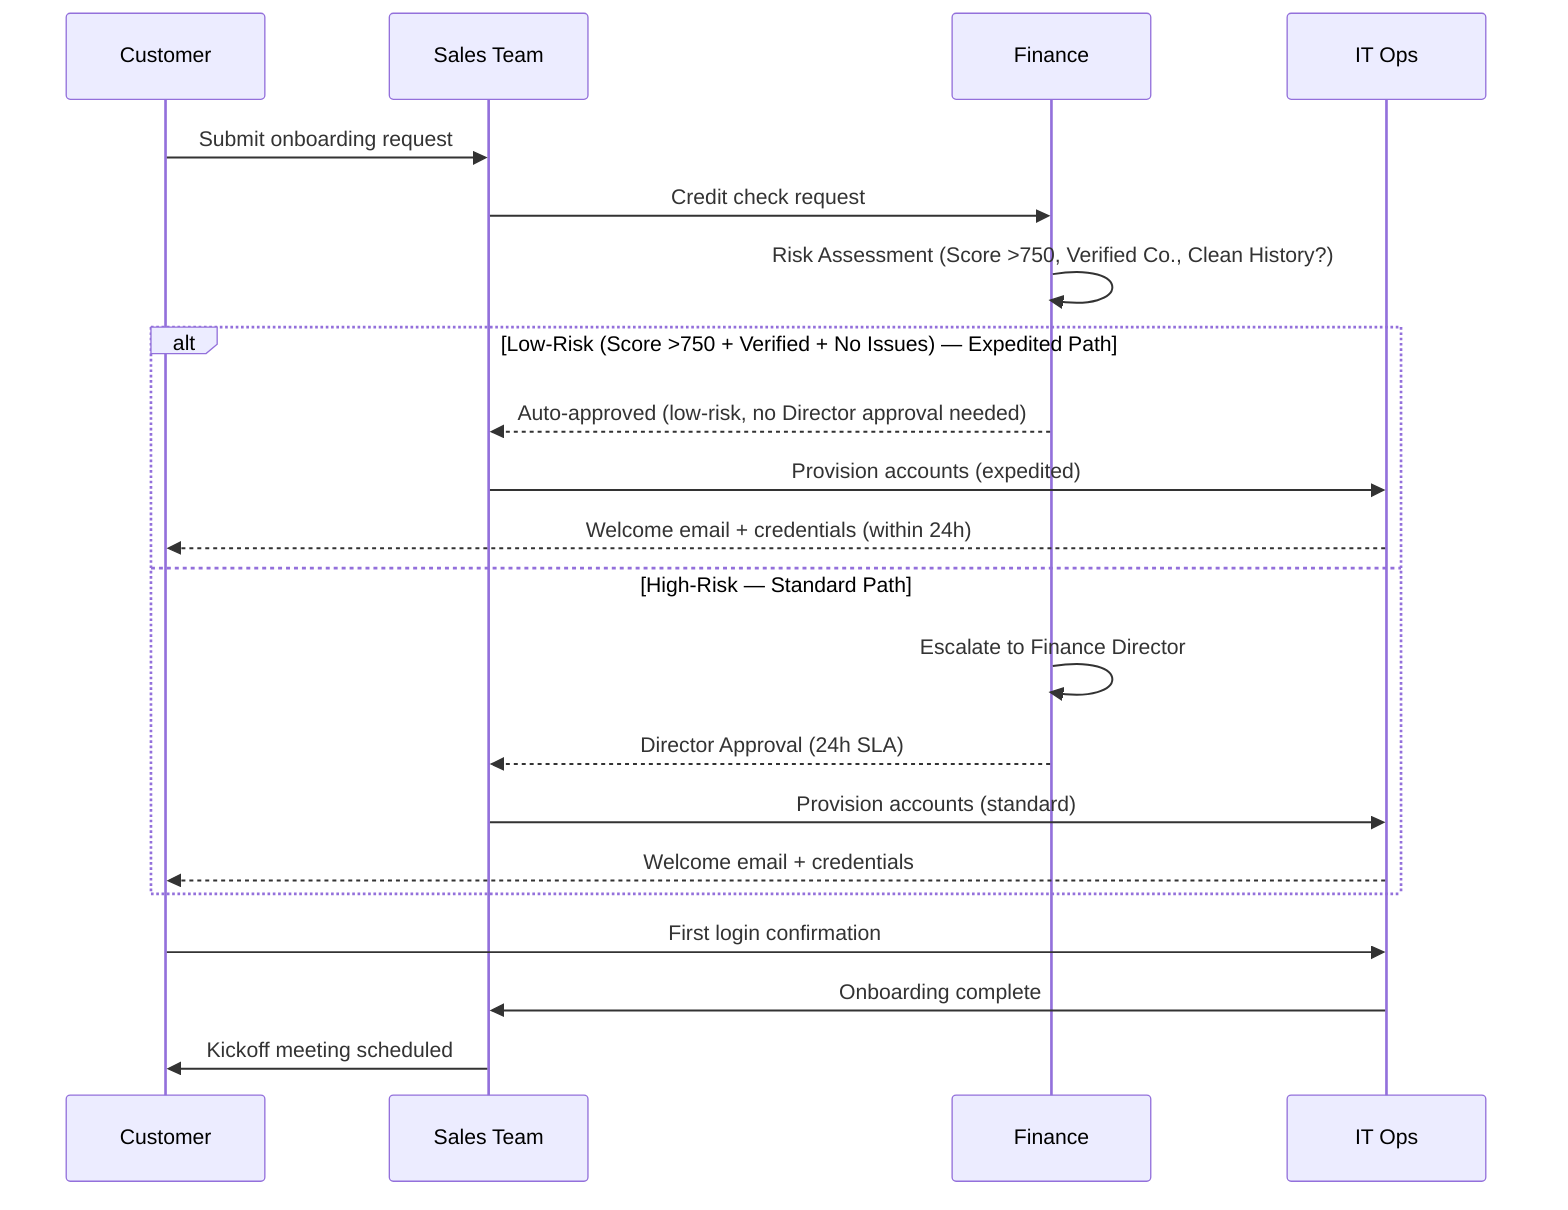
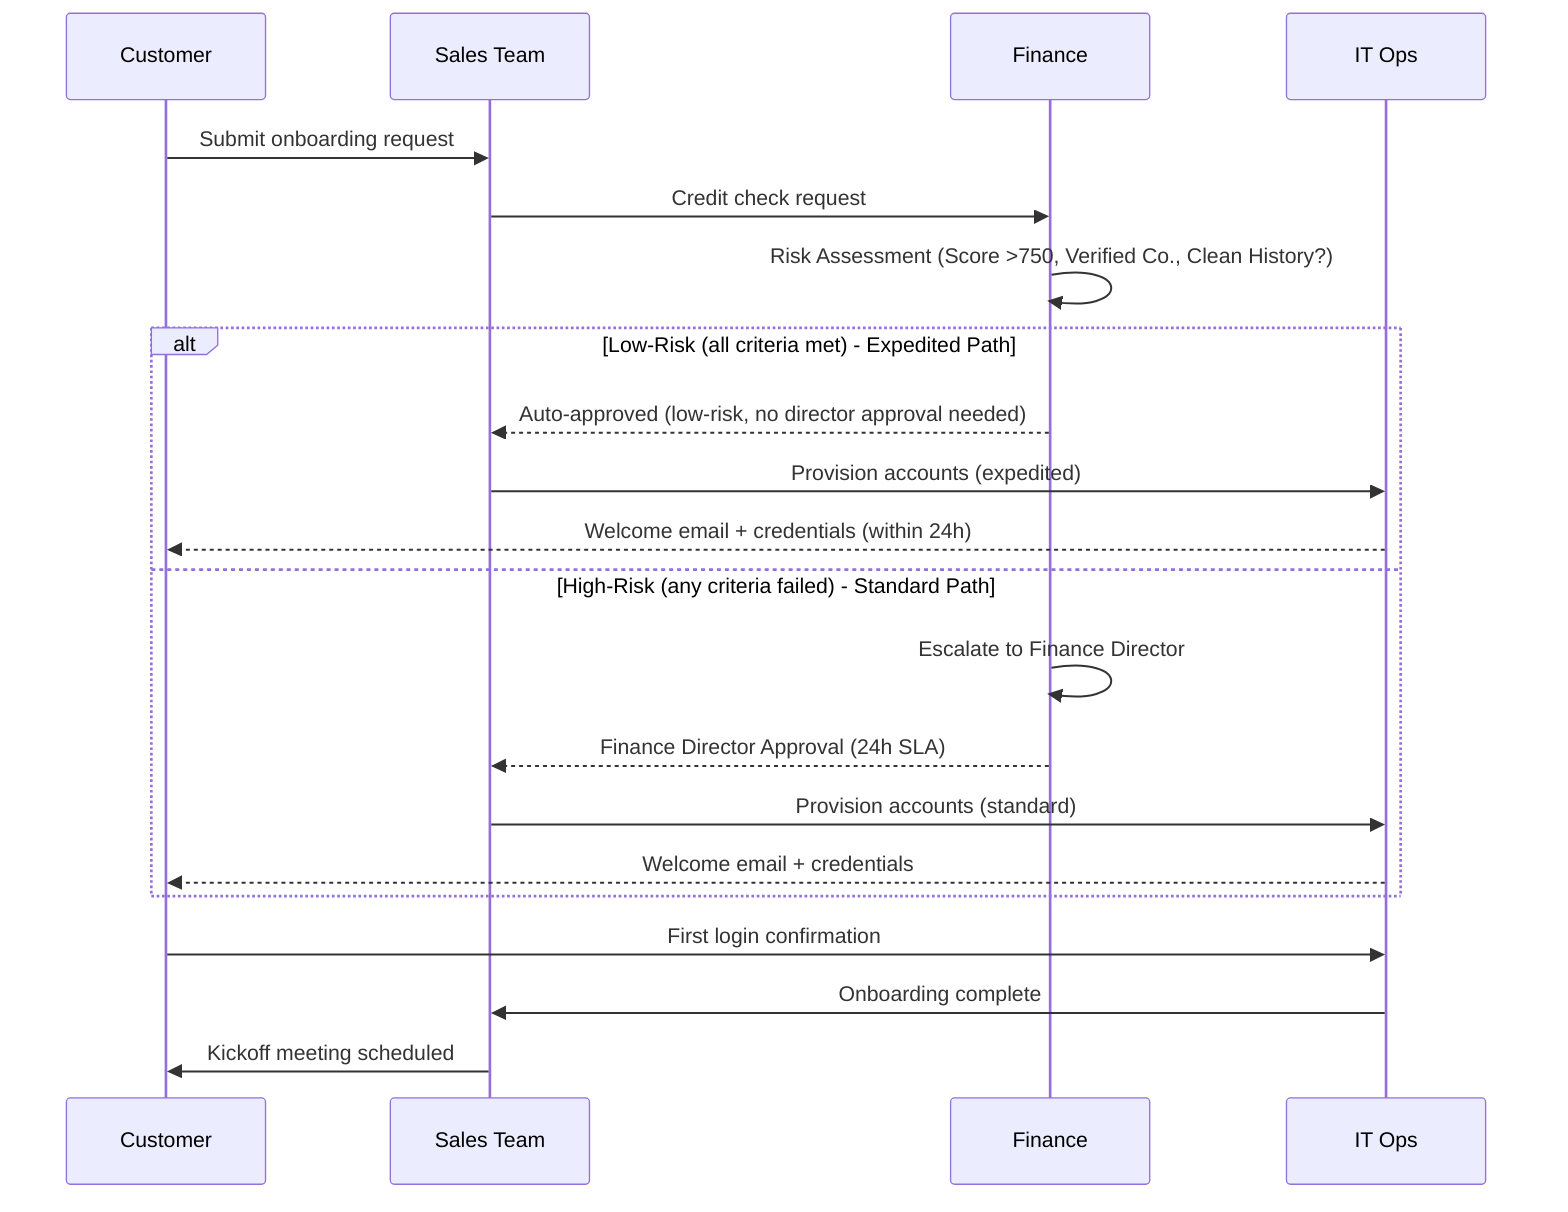
sequenceDiagram
    participant C as Customer
    participant S as Sales Team
    participant F as Finance
    participant IT as IT Ops

    C->>S: Submit onboarding request
    S->>F: Credit check request

-     %% ⚡ CHANGED SECTION - Risk assessment with expedited path for low-risk customers
+     %% ⚡ CHANGED SECTION - Risk assessment and expedited path
    F->>F: Risk Assessment (Score >750, Verified Co., Clean History?)

-     alt Low-Risk (Score >750 + Verified + No Issues) — Expedited Path
-         F-->>S: Auto-approved (low-risk, no Director approval needed)
+     alt Low-Risk (all criteria met) - Expedited Path
+         F-->>S: Auto-approved (low-risk, no director approval needed)
        S->>IT: Provision accounts (expedited)
        IT-->>C: Welcome email + credentials (within 24h)
-     else High-Risk — Standard Path
+     else High-Risk (any criteria failed) - Standard Path
        F->>F: Escalate to Finance Director
-         F-->>S: Director Approval (24h SLA)
+         F-->>S: Finance Director Approval (24h SLA)
        S->>IT: Provision accounts (standard)
        IT-->>C: Welcome email + credentials
    end
    %% ⚡ END CHANGED SECTION

    C->>IT: First login confirmation
    IT->>S: Onboarding complete
    S->>C: Kickoff meeting scheduled

%% EXPLANATION:
- %% Added a risk assessment step within Finance after the credit check request. An alt/else block splits the flow: low-risk customers (credit score >750, verified company status, no payment history issues) receive automatic approval and proceed directly to expedited account provisioning, bypassing Finance Director sign-off. High-risk customers are escalated to the Finance Director for approval under the existing 24h SLA before provisioning. The remainder of the onboarding flow (first login confirmation, onboarding complete, kickoff meeting) remains unchanged for both paths.+ %% Added a risk assessment step within Finance that evaluates three criteria (credit score >750, verified company status, clean payment history). Introduced an alt/else block: low-risk customers matching all criteria receive automatic approval and proceed directly to expedited account provisioning, while high-risk customers are escalated to the Finance Director for approval through the existing workflow. All original post-provisioning steps (first login, onboarding complete, kickoff meeting) remain shared across both paths.